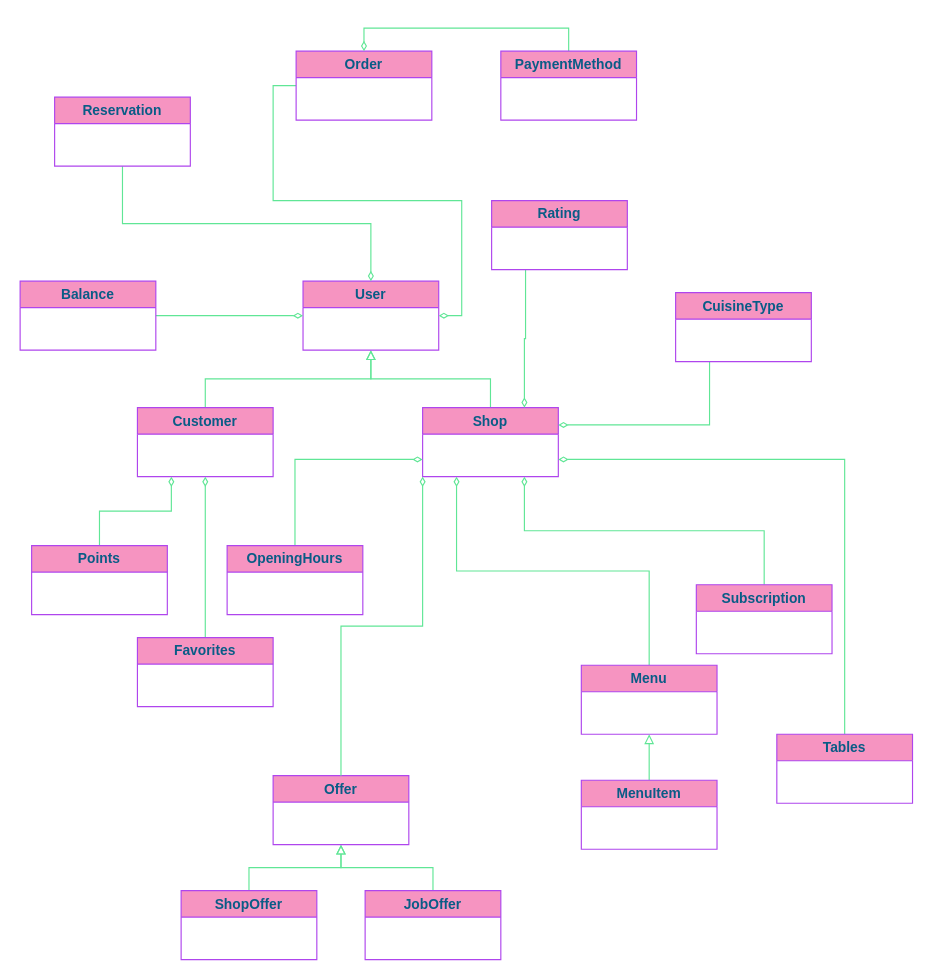
Earlier version of the draw.io diagram documents/contributions/Reasy.drawio (Mpooks/reasy). Source tidied: cells renumbered, new cells numbered last; positions are measured from the earlier drawing's top-left corner, leaving out a move shared by most shapes. Both pictures are drawn from the tidied source at 115%, with x=0, y=0 at pixel (20, 51).
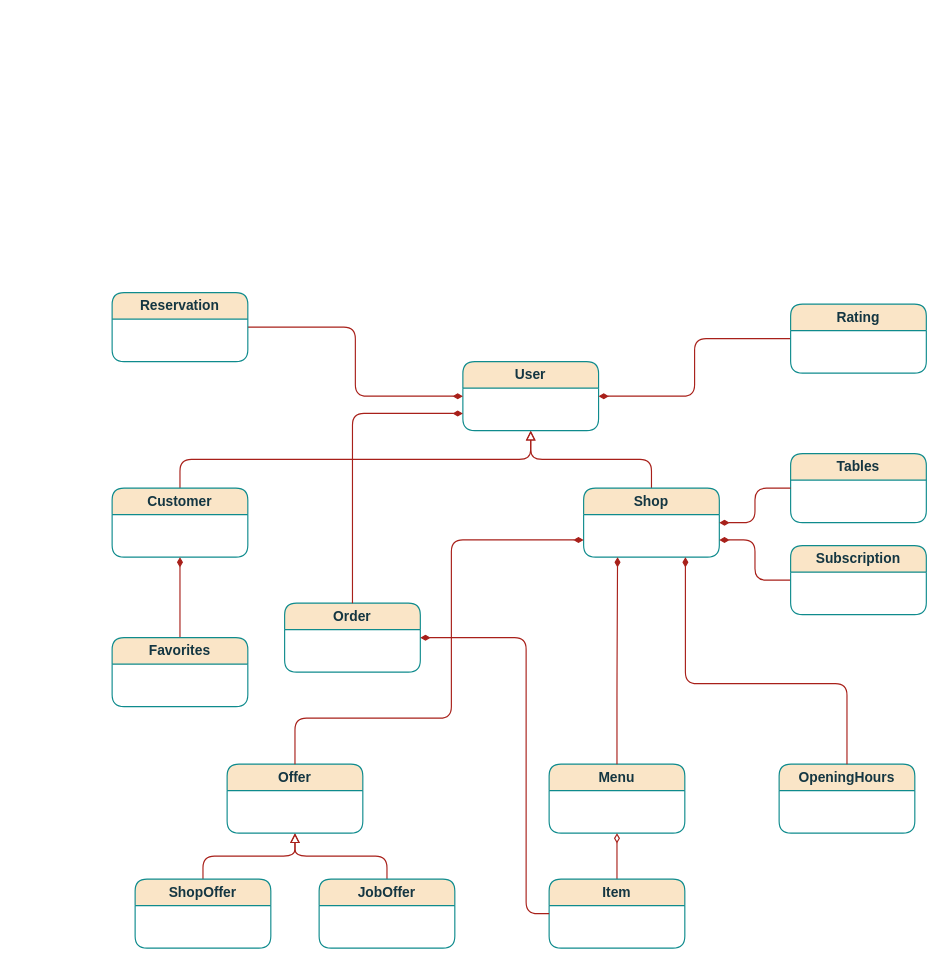
The same diagram, later.

Change to the diagram source:
```diff
@@
-<mxGraphModel>
+<mxGraphModel background="#ffffff">
@@
-    <mxCell id="2" style="edgeStyle=orthogonalEdgeStyle;rounded=0;jettySize=auto;html=1;exitX=0.5;exitY=0;exitDx=0;exitDy=0;entryX=0.5;entryY=1;entryDx=0;entryDy=0;strokeColor=#60E696;fontColor=default;endArrow=block;endFill=0;labelBackgroundColor=none;" parent="1" edge="1" source="5" target="4">
+    <mxCell id="2" style="edgeStyle=orthogonalEdgeStyle;rounded=1;jettySize=auto;html=1;exitX=0.5;exitY=0;exitDx=0;exitDy=0;entryX=0.5;entryY=1;entryDx=0;entryDy=0;fontColor=default;endArrow=block;endFill=0;labelBackgroundColor=none;strokeColor=#A8201A;" parent="1" edge="1" source="5" target="4">
       <mxGeometry relative="1" as="geometry" />
     </mxCell>
-    <mxCell id="3" style="edgeStyle=orthogonalEdgeStyle;rounded=0;jettySize=auto;html=1;exitX=0.5;exitY=0;exitDx=0;exitDy=0;entryX=0.5;entryY=1;entryDx=0;entryDy=0;strokeColor=#60E696;fontColor=default;startFill=1;endFill=0;endArrow=block;labelBackgroundColor=none;" parent="1" edge="1" source="6" target="4">
+    <mxCell id="3" style="edgeStyle=orthogonalEdgeStyle;rounded=1;jettySize=auto;html=1;exitX=0.5;exitY=0;exitDx=0;exitDy=0;entryX=0.5;entryY=1;entryDx=0;entryDy=0;fontColor=default;startFill=1;endFill=0;endArrow=block;labelBackgroundColor=none;strokeColor=#A8201A;" parent="1" edge="1" source="6" target="4">
       <mxGeometry relative="1" as="geometry" />
     </mxCell>
-    <mxCell id="4" value="User&lt;br&gt;" style="swimlane;whiteSpace=wrap;html=1;strokeColor=#AF45ED;fontColor=#095C86;fillColor=#F694C1;labelBackgroundColor=none;" parent="1" vertex="1">
-      <mxGeometry x="246" y="200" width="118" height="60" as="geometry" />
+    <mxCell id="4" value="User&lt;br&gt;" style="swimlane;whiteSpace=wrap;html=1;labelBackgroundColor=none;rounded=1;fillColor=#FAE5C7;strokeColor=#0F8B8D;fontColor=#143642;" parent="1" vertex="1">
+      <mxGeometry x="385" y="270" width="118" height="60" as="geometry" />
     </mxCell>
-    <mxCell id="5" value="Customer" style="swimlane;whiteSpace=wrap;html=1;strokeColor=#AF45ED;fontColor=#095C86;fillColor=#F694C1;labelBackgroundColor=none;" parent="1" vertex="1">
-      <mxGeometry x="102" y="310" width="118" height="60" as="geometry" />
+    <mxCell id="5" value="Customer" style="swimlane;whiteSpace=wrap;html=1;labelBackgroundColor=none;rounded=1;fillColor=#FAE5C7;strokeColor=#0F8B8D;fontColor=#143642;" parent="1" vertex="1">
+      <mxGeometry x="80" y="380" width="118" height="60" as="geometry" />
     </mxCell>
-    <mxCell id="6" value="Shop" style="swimlane;whiteSpace=wrap;html=1;strokeColor=#AF45ED;fontColor=#095C86;fillColor=#F694C1;labelBackgroundColor=none;" parent="1" vertex="1">
-      <mxGeometry x="350" y="310" width="118" height="60" as="geometry" />
+    <mxCell id="6" value="Shop" style="swimlane;whiteSpace=wrap;html=1;labelBackgroundColor=none;rounded=1;fillColor=#FAE5C7;strokeColor=#0F8B8D;fontColor=#143642;" parent="1" vertex="1">
+      <mxGeometry x="490" y="380" width="118" height="60" as="geometry" />
     </mxCell>
-    <mxCell id="7" style="edgeStyle=orthogonalEdgeStyle;rounded=0;jettySize=auto;html=1;exitX=0.5;exitY=0;exitDx=0;exitDy=0;entryX=0.25;entryY=1;entryDx=0;entryDy=0;strokeColor=#60E696;fontColor=#095C86;fillColor=#F694C1;endArrow=diamondThin;endFill=0;" parent="1" edge="1" source="8" target="6">
-      <mxGeometry relative="1" as="geometry" />
-    </mxCell>
-    <mxCell id="8" value="Menu" style="swimlane;whiteSpace=wrap;html=1;strokeColor=#AF45ED;fontColor=#095C86;fillColor=#F694C1;labelBackgroundColor=none;" parent="1" vertex="1">
-      <mxGeometry x="488" y="534" width="118" height="60" as="geometry" />
+    <mxCell id="8" value="Menu" style="swimlane;whiteSpace=wrap;html=1;labelBackgroundColor=none;rounded=1;fillColor=#FAE5C7;strokeColor=#0F8B8D;fontColor=#143642;" parent="1" vertex="1">
+      <mxGeometry x="460" y="620" width="118" height="60" as="geometry" />
     </mxCell>
-    <mxCell id="9" style="edgeStyle=orthogonalEdgeStyle;rounded=0;jettySize=auto;html=1;exitX=0.5;exitY=0;exitDx=0;exitDy=0;entryX=0.5;entryY=1;entryDx=0;entryDy=0;strokeColor=#60E696;fontColor=default;startFill=1;endArrow=block;endFill=0;labelBackgroundColor=none;" parent="1" edge="1" source="10" target="8">
+    <mxCell id="9" style="edgeStyle=orthogonalEdgeStyle;rounded=1;jettySize=auto;html=1;exitX=0.5;exitY=0;exitDx=0;exitDy=0;entryX=0.5;entryY=1;entryDx=0;entryDy=0;fontColor=default;startFill=1;endArrow=diamondThin;endFill=0;labelBackgroundColor=none;strokeColor=#A8201A;" parent="1" edge="1" source="10" target="8">
       <mxGeometry relative="1" as="geometry" />
     </mxCell>
-    <mxCell id="10" value="MenuItem" style="swimlane;whiteSpace=wrap;html=1;strokeColor=#AF45ED;fontColor=#095C86;fillColor=#F694C1;labelBackgroundColor=none;" parent="1" vertex="1">
-      <mxGeometry x="488" y="634" width="118" height="60" as="geometry" />
+    <mxCell id="10" value="Item" style="swimlane;whiteSpace=wrap;html=1;labelBackgroundColor=none;rounded=1;fillColor=#FAE5C7;strokeColor=#0F8B8D;fontColor=#143642;" parent="1" vertex="1">
+      <mxGeometry x="460" y="720" width="118" height="60" as="geometry" />
     </mxCell>
-    <mxCell id="11" style="edgeStyle=orthogonalEdgeStyle;rounded=0;jettySize=auto;html=1;exitX=0.5;exitY=1;exitDx=0;exitDy=0;entryX=0.5;entryY=0;entryDx=0;entryDy=0;strokeColor=#60E696;fontColor=default;startFill=1;endArrow=diamondThin;endFill=0;labelBackgroundColor=none;" parent="1" edge="1" source="12" target="4">
+    <mxCell id="11" style="edgeStyle=orthogonalEdgeStyle;rounded=1;jettySize=auto;html=1;exitX=1;exitY=0.5;exitDx=0;exitDy=0;fontColor=default;startFill=1;endArrow=diamondThin;endFill=1;labelBackgroundColor=none;strokeColor=#A8201A;entryX=0;entryY=0.5;entryDx=0;entryDy=0;" parent="1" edge="1" source="12" target="4">
       <mxGeometry relative="1" as="geometry" />
     </mxCell>
-    <mxCell id="12" value="Reservation" style="swimlane;whiteSpace=wrap;html=1;strokeColor=#AF45ED;fontColor=#095C86;fillColor=#F694C1;labelBackgroundColor=none;" parent="1" vertex="1">
-      <mxGeometry x="30" y="40" width="118" height="60" as="geometry" />
+    <mxCell id="12" value="Reservation" style="swimlane;whiteSpace=wrap;html=1;labelBackgroundColor=none;rounded=1;fillColor=#FAE5C7;strokeColor=#0F8B8D;fontColor=#143642;" parent="1" vertex="1">
+      <mxGeometry x="80" y="210" width="118" height="60" as="geometry" />
     </mxCell>
-    <mxCell id="13" style="edgeStyle=orthogonalEdgeStyle;rounded=0;jettySize=auto;html=1;exitX=0;exitY=0.5;exitDx=0;exitDy=0;entryX=1;entryY=0.5;entryDx=0;entryDy=0;strokeColor=#60E696;fontColor=default;startFill=1;endArrow=diamondThin;endFill=0;labelBackgroundColor=none;" parent="1" edge="1" source="14" target="4">
-      <mxGeometry relative="1" as="geometry" />
-    </mxCell>
-    <mxCell id="14" value="Order" style="swimlane;whiteSpace=wrap;html=1;strokeColor=#AF45ED;fontColor=#095C86;fillColor=#F694C1;labelBackgroundColor=none;" parent="1" vertex="1">
-      <mxGeometry x="240" width="118" height="60" as="geometry" />
+    <mxCell id="14" value="Order" style="swimlane;whiteSpace=wrap;html=1;labelBackgroundColor=none;rounded=1;fillColor=#FAE5C7;strokeColor=#0F8B8D;fontColor=#143642;" parent="1" vertex="1">
+      <mxGeometry x="230" y="480" width="118" height="60" as="geometry" />
     </mxCell>
-    <mxCell id="15" style="edgeStyle=orthogonalEdgeStyle;rounded=0;jettySize=auto;html=1;exitX=0.5;exitY=0;exitDx=0;exitDy=0;strokeColor=#60E696;fontColor=default;startFill=1;endArrow=diamondThin;endFill=0;entryX=0.5;entryY=0;entryDx=0;entryDy=0;labelBackgroundColor=none;" parent="1" edge="1" source="16" target="14">
-      <mxGeometry relative="1" as="geometry" />
-    </mxCell>
-    <mxCell id="16" value="PaymentMethod" style="swimlane;whiteSpace=wrap;html=1;strokeColor=#AF45ED;fontColor=#095C86;fillColor=#F694C1;labelBackgroundColor=none;" parent="1" vertex="1">
-      <mxGeometry x="418" width="118" height="60" as="geometry" />
-    </mxCell>
-    <mxCell id="17" style="edgeStyle=orthogonalEdgeStyle;rounded=0;jettySize=auto;html=1;exitX=1;exitY=0.5;exitDx=0;exitDy=0;entryX=0;entryY=0.5;entryDx=0;entryDy=0;strokeColor=#60E696;fontColor=default;startFill=1;endArrow=diamondThin;endFill=0;labelBackgroundColor=none;" parent="1" edge="1" source="18" target="4">
-      <mxGeometry relative="1" as="geometry" />
-    </mxCell>
-    <mxCell id="18" value="Balance" style="swimlane;whiteSpace=wrap;html=1;strokeColor=#AF45ED;fontColor=#095C86;fillColor=#F694C1;labelBackgroundColor=none;" parent="1" vertex="1">
-      <mxGeometry y="200" width="118" height="60" as="geometry" />
-    </mxCell>
-    <mxCell id="19" style="edgeStyle=orthogonalEdgeStyle;rounded=0;jettySize=auto;html=1;exitX=0.5;exitY=0;exitDx=0;exitDy=0;strokeColor=#60E696;fontColor=default;startFill=1;endArrow=diamondThin;endFill=0;labelBackgroundColor=none;entryX=0.75;entryY=1;entryDx=0;entryDy=0;" parent="1" edge="1" source="20" target="6">
+    <mxCell id="19" style="edgeStyle=orthogonalEdgeStyle;rounded=1;jettySize=auto;html=1;exitX=0;exitY=0.5;exitDx=0;exitDy=0;fontColor=default;startFill=1;endArrow=diamondThin;endFill=1;labelBackgroundColor=none;entryX=1;entryY=0.75;entryDx=0;entryDy=0;strokeColor=#A8201A;" parent="1" edge="1" source="20" target="6">
       <mxGeometry relative="1" as="geometry" />
     </mxCell>
-    <mxCell id="20" value="Subscription" style="swimlane;whiteSpace=wrap;html=1;strokeColor=#AF45ED;fontColor=#095C86;fillColor=#F694C1;labelBackgroundColor=none;" parent="1" vertex="1">
-      <mxGeometry x="588" y="464" width="118" height="60" as="geometry" />
+    <mxCell id="20" value="Subscription" style="swimlane;whiteSpace=wrap;html=1;labelBackgroundColor=none;rounded=1;fillColor=#FAE5C7;strokeColor=#0F8B8D;fontColor=#143642;" parent="1" vertex="1">
+      <mxGeometry x="670" y="430" width="118" height="60" as="geometry" />
     </mxCell>
-    <mxCell id="21" style="edgeStyle=orthogonalEdgeStyle;rounded=0;jettySize=auto;html=1;exitX=0.25;exitY=1;exitDx=0;exitDy=0;entryX=1;entryY=0.25;entryDx=0;entryDy=0;strokeColor=#60E696;fontColor=#095C86;endArrow=diamondThin;endFill=0;fillColor=#F694C1;" parent="1" edge="1" source="22" target="6">
-      <mxGeometry relative="1" as="geometry" />
-    </mxCell>
-    <mxCell id="22" value="CuisineType" style="swimlane;whiteSpace=wrap;html=1;strokeColor=#AF45ED;fontColor=#095C86;fillColor=#F694C1;labelBackgroundColor=none;" parent="1" vertex="1">
-      <mxGeometry x="570" y="210" width="118" height="60" as="geometry" />
-    </mxCell>
-    <mxCell id="23" style="edgeStyle=orthogonalEdgeStyle;rounded=0;jettySize=auto;html=1;exitX=0.5;exitY=0;exitDx=0;exitDy=0;strokeColor=#60E696;fontColor=default;startFill=1;endArrow=diamondThin;endFill=0;entryX=0;entryY=0.75;entryDx=0;entryDy=0;labelBackgroundColor=none;" parent="1" edge="1" source="24" target="6">
-      <mxGeometry relative="1" as="geometry" />
-    </mxCell>
-    <mxCell id="24" value="OpeningHours" style="swimlane;whiteSpace=wrap;html=1;strokeColor=#AF45ED;fontColor=#095C86;fillColor=#F694C1;labelBackgroundColor=none;" parent="1" vertex="1">
-      <mxGeometry x="180" y="430" width="118" height="60" as="geometry" />
+    <mxCell id="24" value="OpeningHours" style="swimlane;whiteSpace=wrap;html=1;labelBackgroundColor=none;rounded=1;fillColor=#FAE5C7;strokeColor=#0F8B8D;fontColor=#143642;" parent="1" vertex="1">
+      <mxGeometry x="660" y="620" width="118" height="60" as="geometry" />
     </mxCell>
-    <mxCell id="25" style="edgeStyle=orthogonalEdgeStyle;rounded=0;jettySize=auto;html=1;exitX=0.5;exitY=0;exitDx=0;exitDy=0;entryX=1;entryY=0.75;entryDx=0;entryDy=0;strokeColor=#60E696;fontColor=default;startFill=1;endArrow=diamondThin;endFill=0;labelBackgroundColor=none;" parent="1" edge="1" source="26" target="6">
-      <mxGeometry relative="1" as="geometry" />
-    </mxCell>
-    <mxCell id="26" value="Tables" style="swimlane;whiteSpace=wrap;html=1;strokeColor=#AF45ED;fontColor=#095C86;fillColor=#F694C1;labelBackgroundColor=none;" parent="1" vertex="1">
-      <mxGeometry x="658" y="594" width="118" height="60" as="geometry" />
+    <mxCell id="26" value="Tables" style="swimlane;whiteSpace=wrap;html=1;labelBackgroundColor=none;rounded=1;fillColor=#FAE5C7;strokeColor=#0F8B8D;fontColor=#143642;glass=0;" parent="1" vertex="1">
+      <mxGeometry x="670" y="350" width="118" height="60" as="geometry" />
     </mxCell>
-    <mxCell id="27" style="edgeStyle=orthogonalEdgeStyle;rounded=0;jettySize=auto;html=1;exitX=0.5;exitY=0;exitDx=0;exitDy=0;entryX=0.5;entryY=1;entryDx=0;entryDy=0;strokeColor=#60E696;fontColor=default;endArrow=block;endFill=0;labelBackgroundColor=none;" parent="1" edge="1" source="30" target="29">
+    <mxCell id="27" style="edgeStyle=orthogonalEdgeStyle;rounded=1;jettySize=auto;html=1;exitX=0.5;exitY=0;exitDx=0;exitDy=0;entryX=0.5;entryY=1;entryDx=0;entryDy=0;fontColor=default;endArrow=block;endFill=0;labelBackgroundColor=none;strokeColor=#A8201A;" parent="1" edge="1" source="30" target="29">
       <mxGeometry relative="1" as="geometry" />
     </mxCell>
-    <mxCell id="28" style="edgeStyle=orthogonalEdgeStyle;rounded=0;jettySize=auto;html=1;exitX=0.5;exitY=0;exitDx=0;exitDy=0;entryX=0.5;entryY=1;entryDx=0;entryDy=0;strokeColor=#60E696;fontColor=default;startFill=1;endFill=0;endArrow=block;labelBackgroundColor=none;" parent="1" edge="1" source="31" target="29">
+    <mxCell id="28" style="edgeStyle=orthogonalEdgeStyle;rounded=1;jettySize=auto;html=1;exitX=0.5;exitY=0;exitDx=0;exitDy=0;entryX=0.5;entryY=1;entryDx=0;entryDy=0;fontColor=default;startFill=1;endFill=0;endArrow=block;labelBackgroundColor=none;strokeColor=#A8201A;" parent="1" edge="1" source="31" target="29">
       <mxGeometry relative="1" as="geometry" />
     </mxCell>
-    <mxCell id="29" value="Offer" style="swimlane;whiteSpace=wrap;html=1;strokeColor=#AF45ED;fontColor=#095C86;fillColor=#F694C1;labelBackgroundColor=none;" parent="1" vertex="1">
-      <mxGeometry x="220" y="630" width="118" height="60" as="geometry" />
+    <mxCell id="29" value="Offer" style="swimlane;whiteSpace=wrap;html=1;labelBackgroundColor=none;rounded=1;fillColor=#FAE5C7;strokeColor=#0F8B8D;fontColor=#143642;" parent="1" vertex="1">
+      <mxGeometry x="180" y="620" width="118" height="60" as="geometry" />
     </mxCell>
-    <mxCell id="30" value="ShopOffer" style="swimlane;whiteSpace=wrap;html=1;strokeColor=#AF45ED;fontColor=#095C86;fillColor=#F694C1;labelBackgroundColor=none;" parent="1" vertex="1">
-      <mxGeometry x="140" y="730" width="118" height="60" as="geometry" />
+    <mxCell id="30" value="ShopOffer" style="swimlane;whiteSpace=wrap;html=1;labelBackgroundColor=none;rounded=1;fillColor=#FAE5C7;strokeColor=#0F8B8D;fontColor=#143642;" parent="1" vertex="1">
+      <mxGeometry x="100" y="720" width="118" height="60" as="geometry" />
     </mxCell>
-    <mxCell id="31" value="JobOffer" style="swimlane;whiteSpace=wrap;html=1;strokeColor=#AF45ED;fontColor=#095C86;fillColor=#F694C1;labelBackgroundColor=none;" parent="1" vertex="1">
-      <mxGeometry x="300" y="730" width="118" height="60" as="geometry" />
+    <mxCell id="31" value="JobOffer" style="swimlane;whiteSpace=wrap;html=1;labelBackgroundColor=none;rounded=1;fillColor=#FAE5C7;strokeColor=#0F8B8D;fontColor=#143642;" parent="1" vertex="1">
+      <mxGeometry x="260" y="720" width="118" height="60" as="geometry" />
     </mxCell>
-    <mxCell id="32" style="edgeStyle=orthogonalEdgeStyle;rounded=0;jettySize=auto;html=1;exitX=0.5;exitY=0;exitDx=0;exitDy=0;entryX=0.25;entryY=1;entryDx=0;entryDy=0;strokeColor=#60E696;fontColor=default;startFill=1;endArrow=diamondThin;endFill=0;labelBackgroundColor=none;" parent="1" edge="1" source="33" target="5">
-      <mxGeometry relative="1" as="geometry" />
-    </mxCell>
-    <mxCell id="33" value="Points" style="swimlane;whiteSpace=wrap;html=1;strokeColor=#AF45ED;fontColor=#095C86;fillColor=#F694C1;labelBackgroundColor=none;" parent="1" vertex="1">
-      <mxGeometry x="10" y="430" width="118" height="60" as="geometry" />
-    </mxCell>
-    <mxCell id="34" style="edgeStyle=orthogonalEdgeStyle;rounded=0;jettySize=auto;html=1;exitX=0.5;exitY=0;exitDx=0;exitDy=0;strokeColor=#60E696;fontColor=default;startFill=1;endArrow=diamondThin;endFill=0;entryX=0.5;entryY=1;entryDx=0;entryDy=0;labelBackgroundColor=none;" parent="1" edge="1" source="35" target="5">
+    <mxCell id="34" style="edgeStyle=orthogonalEdgeStyle;rounded=1;jettySize=auto;html=1;exitX=0.5;exitY=0;exitDx=0;exitDy=0;fontColor=default;startFill=1;endArrow=diamondThin;endFill=1;entryX=0.5;entryY=1;entryDx=0;entryDy=0;labelBackgroundColor=none;strokeColor=#A8201A;" parent="1" edge="1" source="35" target="5">
       <mxGeometry relative="1" as="geometry" />
     </mxCell>
-    <mxCell id="35" value="Favorites" style="swimlane;whiteSpace=wrap;html=1;strokeColor=#AF45ED;fontColor=#095C86;fillColor=#F694C1;labelBackgroundColor=none;" parent="1" vertex="1">
-      <mxGeometry x="102" y="510" width="118" height="60" as="geometry" />
+    <mxCell id="35" value="Favorites" style="swimlane;whiteSpace=wrap;html=1;labelBackgroundColor=none;rounded=1;fillColor=#FAE5C7;strokeColor=#0F8B8D;fontColor=#143642;" parent="1" vertex="1">
+      <mxGeometry x="80" y="510" width="118" height="60" as="geometry" />
     </mxCell>
-    <mxCell id="36" style="edgeStyle=orthogonalEdgeStyle;rounded=0;jettySize=auto;html=1;exitX=0.25;exitY=1;exitDx=0;exitDy=0;entryX=0.75;entryY=0;entryDx=0;entryDy=0;strokeColor=#60E696;fontColor=#095C86;endArrow=diamondThin;endFill=0;fillColor=#F694C1;" parent="1" edge="1" source="37" target="6">
+    <mxCell id="36" style="edgeStyle=orthogonalEdgeStyle;rounded=1;jettySize=auto;html=1;exitX=0;exitY=0.5;exitDx=0;exitDy=0;entryX=1;entryY=0.5;entryDx=0;entryDy=0;fontColor=default;endArrow=diamondThin;endFill=1;labelBackgroundColor=none;strokeColor=#A8201A;" parent="1" edge="1" source="37" target="4">
       <mxGeometry relative="1" as="geometry" />
     </mxCell>
-    <mxCell id="37" value="Rating" style="swimlane;whiteSpace=wrap;html=1;strokeColor=#AF45ED;fontColor=#095C86;fillColor=#F694C1;labelBackgroundColor=none;" parent="1" vertex="1">
-      <mxGeometry x="410" y="130" width="118" height="60" as="geometry" />
+    <mxCell id="37" value="Rating" style="swimlane;whiteSpace=wrap;html=1;labelBackgroundColor=none;rounded=1;fillColor=#FAE5C7;strokeColor=#0F8B8D;fontColor=#143642;" parent="1" vertex="1">
+      <mxGeometry x="670" y="220" width="118" height="60" as="geometry" />
     </mxCell>
-    <mxCell id="38" style="edgeStyle=orthogonalEdgeStyle;rounded=0;jettySize=auto;html=1;exitX=0.5;exitY=0;exitDx=0;exitDy=0;entryX=0;entryY=1;entryDx=0;entryDy=0;strokeColor=#60E696;fontColor=default;startFill=1;endArrow=diamondThin;endFill=0;labelBackgroundColor=none;" parent="1" edge="1" source="29" target="6">
-      <mxGeometry relative="1" as="geometry" />
+    <mxCell id="38" style="edgeStyle=orthogonalEdgeStyle;rounded=1;jettySize=auto;html=1;exitX=0.5;exitY=0;exitDx=0;exitDy=0;entryX=0;entryY=0.75;entryDx=0;entryDy=0;fontColor=default;startFill=1;endArrow=diamondThin;endFill=1;labelBackgroundColor=none;strokeColor=#A8201A;" parent="1" edge="1" source="29" target="6">
+      <mxGeometry relative="1" as="geometry">
+        <Array as="points">
+          <mxPoint x="239" y="580" />
+          <mxPoint x="375" y="580" />
+          <mxPoint x="375" y="425" />
+        </Array>
+      </mxGeometry>
     </mxCell>
+    <mxCell id="25" style="edgeStyle=orthogonalEdgeStyle;rounded=1;jettySize=auto;html=1;exitX=0;exitY=0.5;exitDx=0;exitDy=0;entryX=1;entryY=0.5;entryDx=0;entryDy=0;fontColor=default;endArrow=diamondThin;endFill=1;labelBackgroundColor=none;strokeColor=#A8201A;" parent="1" edge="1" source="26" target="6">
+      <mxGeometry relative="1" as="geometry" />
+    </mxCell>
+    <mxCell id="23" style="edgeStyle=orthogonalEdgeStyle;rounded=1;jettySize=auto;html=1;exitX=0.5;exitY=0;exitDx=0;exitDy=0;fontColor=default;startFill=1;endArrow=diamondThin;endFill=1;entryX=0.75;entryY=1;entryDx=0;entryDy=0;labelBackgroundColor=none;strokeColor=#A8201A;" parent="1" edge="1" source="24" target="6">
+      <mxGeometry relative="1" as="geometry">
+        <Array as="points">
+          <mxPoint x="719" y="550" />
+          <mxPoint x="579" y="550" />
+        </Array>
+      </mxGeometry>
+    </mxCell>
+    <mxCell id="39" style="edgeStyle=orthogonalEdgeStyle;rounded=1;jettySize=auto;html=1;exitX=0;exitY=0.5;exitDx=0;exitDy=0;entryX=1;entryY=0.5;entryDx=0;entryDy=0;fontColor=default;startFill=1;endArrow=diamondThin;endFill=1;labelBackgroundColor=none;strokeColor=#A8201A;" parent="1" edge="1" source="10" target="14">
+      <mxGeometry relative="1" as="geometry">
+        <Array as="points">
+          <mxPoint x="440" y="750" />
+          <mxPoint x="440" y="510" />
+        </Array>
+      </mxGeometry>
+    </mxCell>
+    <mxCell id="13" style="edgeStyle=orthogonalEdgeStyle;rounded=1;jettySize=auto;html=1;exitX=0.5;exitY=0;exitDx=0;exitDy=0;fontColor=default;startFill=1;endArrow=diamondThin;endFill=1;labelBackgroundColor=none;strokeColor=#A8201A;entryX=0;entryY=0.75;entryDx=0;entryDy=0;" parent="1" edge="1" source="14" target="4">
+      <mxGeometry relative="1" as="geometry" />
+    </mxCell>
+    <mxCell id="7" style="edgeStyle=orthogonalEdgeStyle;rounded=1;jettySize=auto;html=1;fontColor=default;startFill=1;endArrow=diamondThin;endFill=1;entryX=0.25;entryY=1;entryDx=0;entryDy=0;labelBackgroundColor=none;strokeColor=#A8201A;exitX=0.5;exitY=0;exitDx=0;exitDy=0;" parent="1" edge="1" source="8" target="6">
+      <mxGeometry relative="1" as="geometry">
+        <Array as="points">
+          <mxPoint x="519" y="550" />
+          <mxPoint x="520" y="550" />
+          <mxPoint x="520" y="440" />
+        </Array>
+      </mxGeometry>
+    </mxCell>
```
